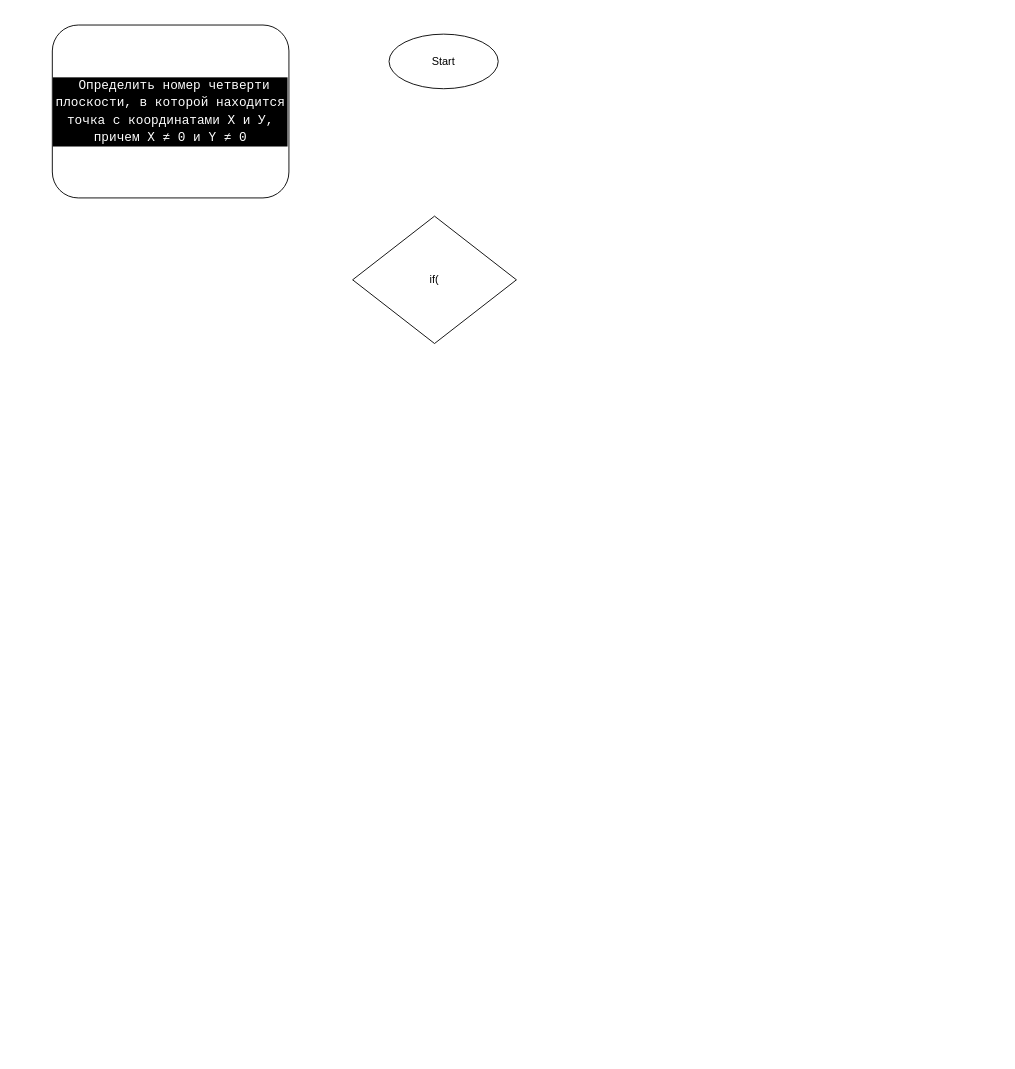
Fostix/LoLTasks keeps this draw.io diagram as Task19QuarterPlane/flowchart.drawio. Above is the earlier version. Source tidied: cells renumbered, new cells numbered last; positions are measured from the earlier drawing's top-left corner, leaving out a move shared by most shapes. Both pictures are drawn from the tidied source at 91%, with x=0, y=0 at pixel (52, 25).
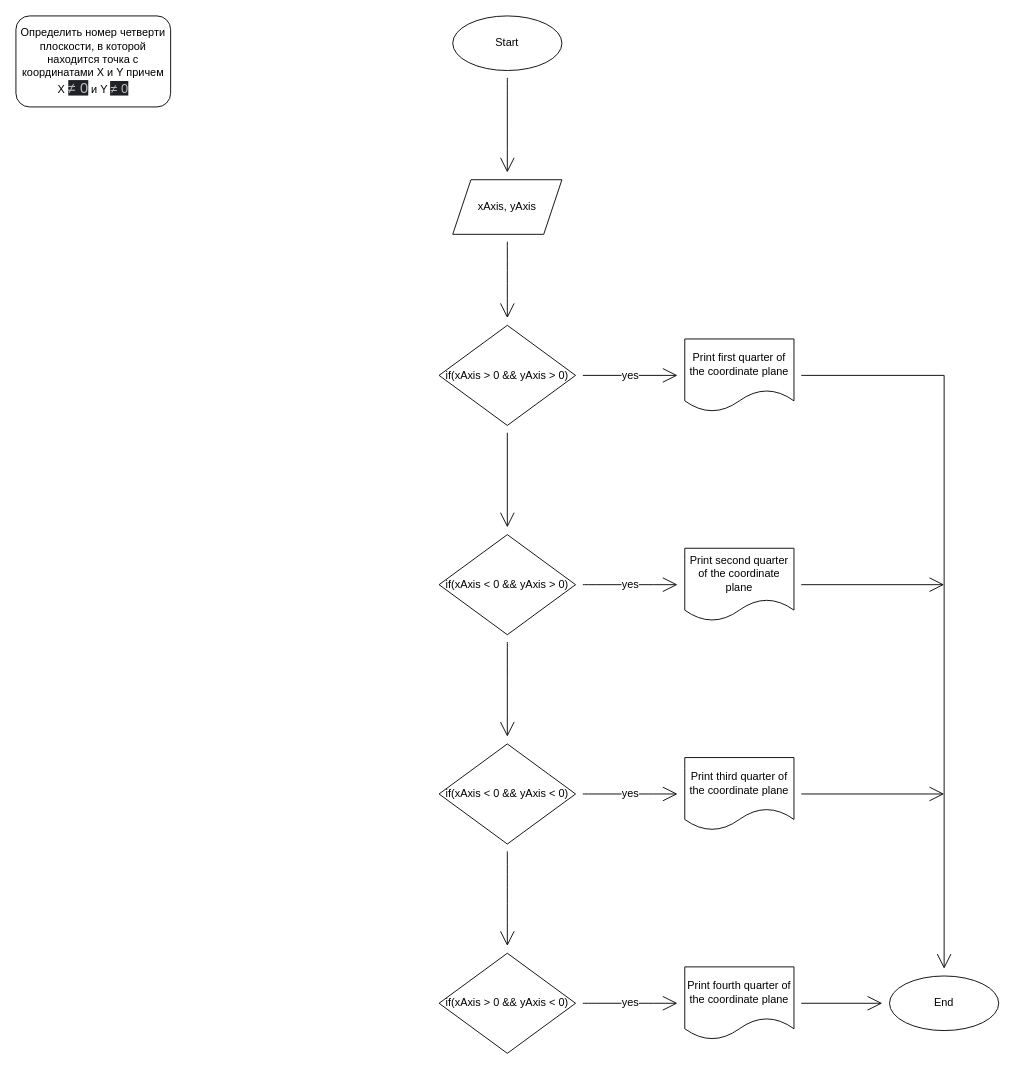
Above is the later version.

Commit message (it also covers changes not shown here):
maked task 19 quarter plane

The edit, as a diff of the source:
```diff
@@
-    <mxCell id="2" value="&lt;div style=&quot;color: rgb(255 , 255 , 255) ; background-color: rgb(0 , 0 , 0) ; font-family: &amp;#34;consolas&amp;#34; , &amp;#34;courier new&amp;#34; , monospace ; font-size: 14px ; line-height: 19px&quot;&gt;&amp;nbsp;Определить номер четверти плоскости, в которой находится точка с координатами Х и У, причем X ≠ 0 и Y ≠ 0&lt;/div&gt;" style="rounded=1;whiteSpace=wrap;html=1;direction=east;" parent="1" vertex="1">
-      <mxGeometry width="260" height="190" as="geometry" />
-    </mxCell>
+    <mxCell id="5" style="edgeStyle=none;curved=1;rounded=0;sketch=0;hachureGap=4;jettySize=auto;html=1;fontFamily=Helvetica;fontSize=12;endArrow=open;startSize=14;endSize=14;sourcePerimeterSpacing=8;targetPerimeterSpacing=8;shadow=0;" parent="1" edge="1" source="3" target="10">
+      <mxGeometry relative="1" as="geometry" />
+    </mxCell>
-    <mxCell id="3" value="Start" style="ellipse;whiteSpace=wrap;html=1;" parent="1" vertex="1">
-      <mxGeometry x="370" y="10" width="120" height="60" as="geometry" />
+    <mxCell id="3" value="Start" style="ellipse;whiteSpace=wrap;html=1;fontSize=12;fontFamily=Helvetica;sketch=0;shadow=0;" parent="1" vertex="1">
+      <mxGeometry x="440" y="-10" width="120" height="60" as="geometry" />
     </mxCell>
+    <mxCell id="6" style="edgeStyle=none;rounded=0;sketch=0;hachureGap=4;jettySize=auto;html=1;fontFamily=Helvetica;fontSize=12;endArrow=open;startSize=14;endSize=14;sourcePerimeterSpacing=8;targetPerimeterSpacing=8;shadow=0;" parent="1" edge="1" source="4" target="13">
+      <mxGeometry relative="1" as="geometry" />
+    </mxCell>
+    <mxCell id="7" value="yes" style="edgeStyle=none;rounded=0;sketch=0;hachureGap=4;jettySize=auto;html=1;fontFamily=Helvetica;fontSize=12;endArrow=open;startSize=14;endSize=14;sourcePerimeterSpacing=8;targetPerimeterSpacing=8;shadow=0;" parent="1" edge="1" source="4" target="22">
+      <mxGeometry relative="1" as="geometry" />
+    </mxCell>
-    <mxCell id="4" value="if(" style="rhombus;whiteSpace=wrap;html=1;" parent="1" vertex="1">
-      <mxGeometry x="330" y="210" width="180" height="140" as="geometry" />
+    <mxCell id="4" value="if(xAxis &amp;gt; 0 &amp;amp;&amp;amp; yAxis &amp;gt; 0)" style="rhombus;whiteSpace=wrap;html=1;fontSize=12;fontFamily=Helvetica;sketch=0;shadow=0;" parent="1" vertex="1">
+      <mxGeometry x="425" y="330" width="150" height="110" as="geometry" />
     </mxCell>
+    <mxCell id="8" value="&lt;font style=&quot;font-size: 12px&quot;&gt;Определить номер четверти плоскости, в которой находится точка с координатами X и Y причем X&amp;nbsp;&lt;span style=&quot;color: rgb(189, 193, 198); font-size: 16px; background-color: rgb(32, 33, 36);&quot;&gt;≠ 0&lt;/span&gt;&amp;nbsp;и Y&amp;nbsp;&lt;span style=&quot;color: rgb(189, 193, 198); font-size: 14px; background-color: rgb(32, 33, 36);&quot;&gt;≠ 0&lt;/span&gt;&lt;/font&gt;" style="rounded=1;whiteSpace=wrap;html=1;sketch=0;hachureGap=4;fontFamily=Helvetica;fontSize=12;align=center;shadow=0;" parent="1" vertex="1">
+      <mxGeometry x="-40" y="-10" width="170" height="100" as="geometry" />
+    </mxCell>
+    <mxCell id="9" style="edgeStyle=none;curved=1;rounded=0;sketch=0;hachureGap=4;jettySize=auto;html=1;fontFamily=Helvetica;fontSize=12;endArrow=open;startSize=14;endSize=14;sourcePerimeterSpacing=8;targetPerimeterSpacing=8;shadow=0;" parent="1" edge="1" source="10" target="4">
+      <mxGeometry relative="1" as="geometry" />
+    </mxCell>
+    <mxCell id="10" value="xAxis, yAxis" style="shape=parallelogram;perimeter=parallelogramPerimeter;whiteSpace=wrap;html=1;fixedSize=1;sketch=0;hachureGap=4;fontFamily=Helvetica;fontSize=12;shadow=0;" parent="1" vertex="1">
+      <mxGeometry x="440" y="170" width="120" height="60" as="geometry" />
+    </mxCell>
+    <mxCell id="11" style="edgeStyle=none;curved=1;rounded=0;sketch=0;hachureGap=4;jettySize=auto;html=1;fontFamily=Helvetica;fontSize=12;endArrow=open;startSize=14;endSize=14;sourcePerimeterSpacing=8;targetPerimeterSpacing=8;shadow=0;" parent="1" edge="1" source="13" target="16">
+      <mxGeometry relative="1" as="geometry" />
+    </mxCell>
+    <mxCell id="12" value="yes" style="edgeStyle=none;curved=1;rounded=0;sketch=0;hachureGap=4;jettySize=auto;html=1;fontFamily=Helvetica;fontSize=12;endArrow=open;startSize=14;endSize=14;sourcePerimeterSpacing=8;targetPerimeterSpacing=8;shadow=0;" parent="1" edge="1" source="13" target="24">
+      <mxGeometry relative="1" as="geometry" />
+    </mxCell>
+    <mxCell id="13" value="if(xAxis &amp;lt; 0 &amp;amp;&amp;amp; yAxis &amp;gt; 0)" style="rhombus;whiteSpace=wrap;html=1;fontSize=12;sketch=0;hachureGap=4;fontFamily=Helvetica;shadow=0;" parent="1" vertex="1">
+      <mxGeometry x="425" y="560" width="150" height="110" as="geometry" />
+    </mxCell>
+    <mxCell id="14" style="edgeStyle=none;curved=1;rounded=0;sketch=0;hachureGap=4;jettySize=auto;html=1;fontFamily=Helvetica;fontSize=12;endArrow=open;startSize=14;endSize=14;sourcePerimeterSpacing=8;targetPerimeterSpacing=8;shadow=0;" parent="1" edge="1" source="16" target="18">
+      <mxGeometry relative="1" as="geometry" />
+    </mxCell>
+    <mxCell id="15" value="yes" style="edgeStyle=none;curved=1;rounded=0;sketch=0;hachureGap=4;jettySize=auto;html=1;fontFamily=Helvetica;fontSize=12;endArrow=open;startSize=14;endSize=14;sourcePerimeterSpacing=8;targetPerimeterSpacing=8;shadow=0;" parent="1" edge="1" source="16" target="26">
+      <mxGeometry relative="1" as="geometry" />
+    </mxCell>
+    <mxCell id="16" value="if(xAxis &amp;lt; 0 &amp;amp;&amp;amp; yAxis &amp;lt; 0)" style="rhombus;whiteSpace=wrap;html=1;fontSize=12;sketch=0;hachureGap=4;fontFamily=Helvetica;shadow=0;" parent="1" vertex="1">
+      <mxGeometry x="425" y="790" width="150" height="110" as="geometry" />
+    </mxCell>
+    <mxCell id="17" value="yes" style="edgeStyle=none;curved=1;rounded=0;sketch=0;hachureGap=4;jettySize=auto;html=1;fontFamily=Helvetica;fontSize=12;endArrow=open;startSize=14;endSize=14;sourcePerimeterSpacing=8;targetPerimeterSpacing=8;shadow=0;" parent="1" edge="1" source="18" target="20">
+      <mxGeometry relative="1" as="geometry" />
+    </mxCell>
+    <mxCell id="18" value="if(xAxis &amp;gt; 0 &amp;amp;&amp;amp; yAxis &amp;lt; 0)" style="rhombus;whiteSpace=wrap;html=1;fontSize=12;sketch=0;hachureGap=4;fontFamily=Helvetica;shadow=0;" parent="1" vertex="1">
+      <mxGeometry x="425" y="1020" width="150" height="110" as="geometry" />
+    </mxCell>
+    <mxCell id="19" style="edgeStyle=none;rounded=0;sketch=0;hachureGap=4;jettySize=auto;html=1;fontFamily=Helvetica;fontSize=12;endArrow=open;startSize=14;endSize=14;sourcePerimeterSpacing=8;targetPerimeterSpacing=8;shadow=0;" parent="1" edge="1" source="20" target="27">
+      <mxGeometry relative="1" as="geometry" />
+    </mxCell>
+    <mxCell id="20" value="Print fourth quarter of the coordinate plane" style="shape=document;whiteSpace=wrap;html=1;boundedLbl=1;sketch=0;hachureGap=4;fontFamily=Helvetica;fontSize=12;shadow=0;" parent="1" vertex="1">
+      <mxGeometry x="695" y="1035" width="120" height="80" as="geometry" />
+    </mxCell>
+    <mxCell id="21" style="edgeStyle=none;rounded=0;sketch=0;hachureGap=4;jettySize=auto;html=1;fontFamily=Helvetica;fontSize=16;endArrow=open;startSize=14;endSize=14;sourcePerimeterSpacing=8;targetPerimeterSpacing=8;shadow=0;" parent="1" edge="1" source="22" target="27">
+      <mxGeometry relative="1" as="geometry">
+        <Array as="points">
+          <mxPoint x="980" y="385" />
+        </Array>
+      </mxGeometry>
+    </mxCell>
+    <mxCell id="22" value="Print&amp;nbsp;first quarter of the coordinate plane" style="shape=document;whiteSpace=wrap;html=1;boundedLbl=1;sketch=0;hachureGap=4;fontFamily=Helvetica;fontSize=12;shadow=0;" parent="1" vertex="1">
+      <mxGeometry x="695" y="345" width="120" height="80" as="geometry" />
+    </mxCell>
+    <mxCell id="23" style="edgeStyle=none;rounded=0;sketch=0;hachureGap=4;jettySize=auto;html=1;fontFamily=Helvetica;fontSize=16;endArrow=open;startSize=14;endSize=14;sourcePerimeterSpacing=8;targetPerimeterSpacing=8;shadow=0;" parent="1" edge="1" source="24">
+      <mxGeometry relative="1" as="geometry">
+        <mxPoint x="980" y="615" as="targetPoint" />
+      </mxGeometry>
+    </mxCell>
+    <mxCell id="24" value="Print second quarter of the coordinate plane" style="shape=document;whiteSpace=wrap;html=1;boundedLbl=1;sketch=0;hachureGap=4;fontFamily=Helvetica;fontSize=12;shadow=0;" parent="1" vertex="1">
+      <mxGeometry x="695" y="575" width="120" height="80" as="geometry" />
+    </mxCell>
+    <mxCell id="25" style="edgeStyle=none;rounded=0;sketch=0;hachureGap=4;jettySize=auto;html=1;fontFamily=Helvetica;fontSize=16;endArrow=open;startSize=14;endSize=14;sourcePerimeterSpacing=8;targetPerimeterSpacing=8;shadow=0;" parent="1" edge="1" source="26">
+      <mxGeometry relative="1" as="geometry">
+        <mxPoint x="980" y="845" as="targetPoint" />
+      </mxGeometry>
+    </mxCell>
+    <mxCell id="26" value="Print third quarter of the coordinate plane" style="shape=document;whiteSpace=wrap;html=1;boundedLbl=1;sketch=0;hachureGap=4;fontFamily=Helvetica;fontSize=12;shadow=0;" parent="1" vertex="1">
+      <mxGeometry x="695" y="805" width="120" height="80" as="geometry" />
+    </mxCell>
+    <mxCell id="27" value="End" style="ellipse;whiteSpace=wrap;html=1;sketch=0;hachureGap=4;fontFamily=Helvetica;fontSize=12;fillStyle=auto;gradientColor=none;fillColor=default;strokeColor=default;shadow=0;" parent="1" vertex="1">
+      <mxGeometry x="920" y="1045" width="120" height="60" as="geometry" />
+    </mxCell>
```
